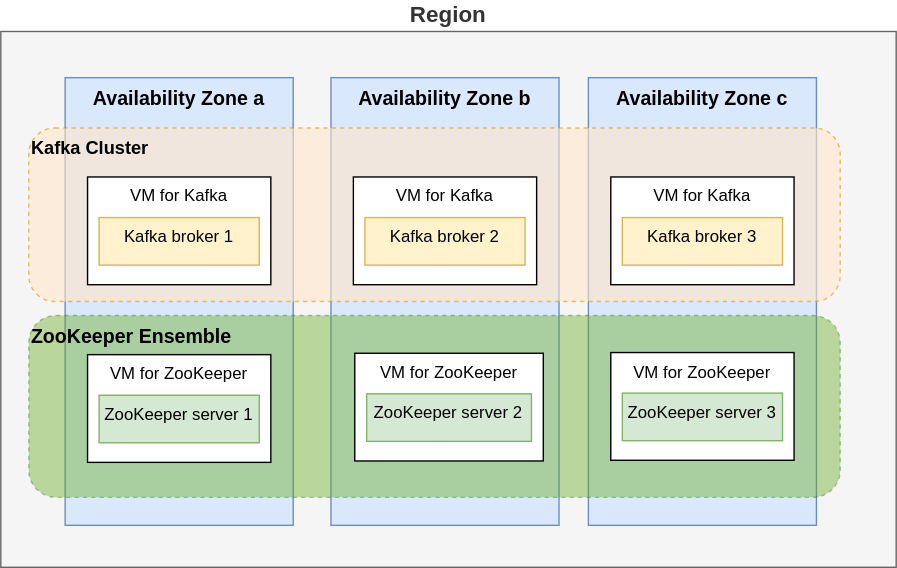
Above: diagrams/deploy-kafka-on-gcp.drawio.svg in paseaf/kafka-benchmarking (draw.io), before the change. Source tidied: cells renumbered, new cells last; positions are measured from the earlier drawing's top-left corner, leaving out a move shared by most shapes.
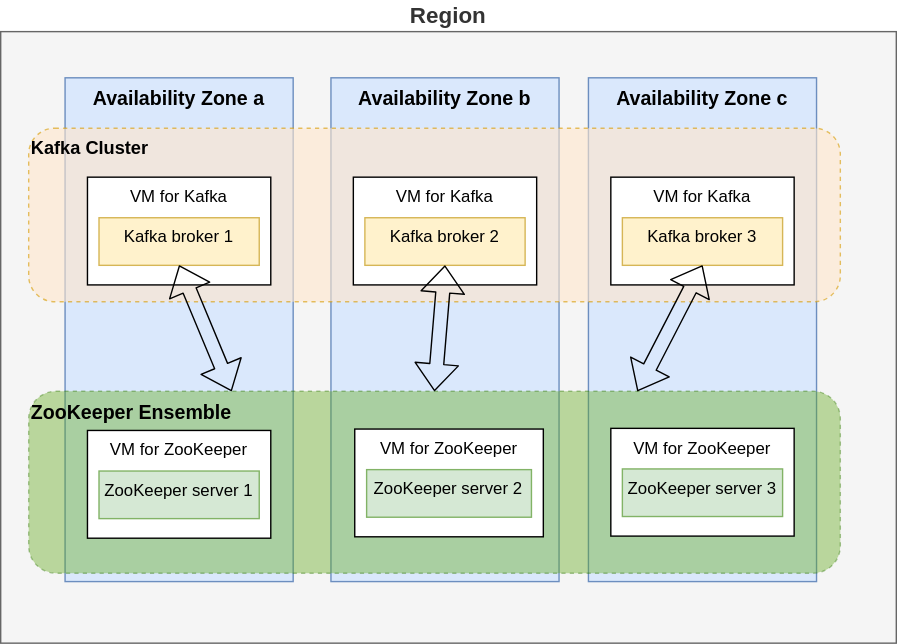
Later version of the same file.

Commit message:
add kafka deployment steps

Change to the diagram source:
```diff
@@ -3,19 +3,19 @@
     <mxCell id="0" />
     <mxCell id="1" parent="0" />
     <mxCell id="2" value="Region" style="rounded=0;whiteSpace=wrap;html=1;shadow=0;fillColor=#f5f5f5;strokeColor=#666666;verticalAlign=bottom;horizontal=1;spacing=2;spacingBottom=0;labelPosition=center;verticalLabelPosition=top;align=center;fontColor=#333333;fontSize=16;fontStyle=1;" parent="1" vertex="1">
-      <mxGeometry width="640" height="383" as="geometry" />
+      <mxGeometry width="640" height="437" as="geometry" />
     </mxCell>
     <mxCell id="3" value="Availability Zone a" style="rounded=0;whiteSpace=wrap;html=1;shadow=0;fillColor=#dae8fc;verticalAlign=top;strokeColor=#6c8ebf;fontSize=14;fontStyle=1;" parent="1" vertex="1">
-      <mxGeometry x="46" y="33" width="163" height="320" as="geometry" />
+      <mxGeometry x="46" y="33" width="163" height="360" as="geometry" />
     </mxCell>
     <mxCell id="4" value="Availability Zone b" style="rounded=0;whiteSpace=wrap;html=1;shadow=0;fillColor=#dae8fc;verticalAlign=top;strokeColor=#6c8ebf;fontSize=14;fontStyle=1;" parent="1" vertex="1">
-      <mxGeometry x="236" y="33" width="163" height="320" as="geometry" />
+      <mxGeometry x="236" y="33" width="163" height="360" as="geometry" />
     </mxCell>
     <mxCell id="5" value="Availability Zone c" style="rounded=0;whiteSpace=wrap;html=1;shadow=0;fillColor=#dae8fc;verticalAlign=top;strokeColor=#6c8ebf;fontSize=14;fontStyle=1;" parent="1" vertex="1">
-      <mxGeometry x="420" y="33" width="163" height="320" as="geometry" />
+      <mxGeometry x="420" y="33" width="163" height="360" as="geometry" />
     </mxCell>
     <mxCell id="6" value="&lt;font style=&quot;font-size: 14px&quot;&gt;ZooKeeper Ensemble&lt;/font&gt;" style="rounded=1;whiteSpace=wrap;html=1;verticalAlign=top;fillColor=#60a917;dashed=1;strokeColor=#2D7600;opacity=40;fontStyle=1;horizontal=1;align=left;" parent="1" vertex="1">
-      <mxGeometry x="20" y="203" width="580" height="130" as="geometry" />
+      <mxGeometry x="20" y="257" width="580" height="130" as="geometry" />
     </mxCell>
     <mxCell id="7" value="Kafka Cluster" style="rounded=1;whiteSpace=wrap;html=1;verticalAlign=top;fillColor=#ffe6cc;dashed=1;strokeColor=#d79b00;opacity=60;fontStyle=1;horizontal=1;fontSize=13;align=left;" parent="1" vertex="1">
       <mxGeometry x="20" y="69" width="580" height="124" as="geometry" />
@@ -48,7 +48,7 @@
       <mxGeometry x="8.2" y="29" width="114.5" height="34" as="geometry" />
     </mxCell>
     <mxCell id="17" style="group;" parent="1" vertex="1">
-      <mxGeometry x="62" y="231" width="131" height="77" as="geometry" />
+      <mxGeometry x="62" y="285" width="131" height="77" as="geometry" />
     </mxCell>
     <mxCell id="18" value="VM for ZooKeeper" style="rounded=0;whiteSpace=wrap;html=1;shadow=0;verticalAlign=top;" parent="17" vertex="1">
       <mxGeometry width="131" height="77" as="geometry" />
@@ -57,7 +57,7 @@
       <mxGeometry x="8.2" y="29" width="114.5" height="34" as="geometry" />
     </mxCell>
     <mxCell id="20" style="group;" parent="1" vertex="1">
-      <mxGeometry x="436" y="229.5" width="131" height="77" as="geometry" />
+      <mxGeometry x="436" y="283.5" width="131" height="77" as="geometry" />
     </mxCell>
     <mxCell id="21" value="VM for ZooKeeper" style="rounded=0;whiteSpace=wrap;html=1;shadow=0;verticalAlign=top;" parent="20" vertex="1">
       <mxGeometry width="131" height="77" as="geometry" />
@@ -66,7 +66,7 @@
       <mxGeometry x="8.2" y="29" width="114.5" height="34" as="geometry" />
     </mxCell>
     <mxCell id="23" style="group;" parent="1" vertex="1">
-      <mxGeometry x="253" y="230" width="134.8" height="77" as="geometry" />
+      <mxGeometry x="253" y="284" width="134.8" height="77" as="geometry" />
     </mxCell>
     <mxCell id="24" value="VM for ZooKeeper" style="rounded=0;whiteSpace=wrap;html=1;shadow=0;verticalAlign=top;" parent="23" vertex="1">
       <mxGeometry width="134.8" height="77" as="geometry" />
@@ -74,5 +74,14 @@
     <mxCell id="25" value="ZooKeeper server 2" style="rounded=0;whiteSpace=wrap;html=1;shadow=0;fillColor=#d5e8d4;verticalAlign=top;strokeColor=#82b366;" parent="23" vertex="1">
       <mxGeometry x="8.5" y="29" width="117.8" height="34" as="geometry" />
     </mxCell>
+    <mxCell id="26" style="edgeStyle=none;html=1;exitX=0.5;exitY=1;exitDx=0;exitDy=0;startArrow=block;strokeWidth=1;shape=flexArrow;endSize=6;entryX=0.25;entryY=0;entryDx=0;entryDy=0;" parent="1" edge="1" source="10" target="6">
+      <mxGeometry relative="1" as="geometry" />
+    </mxCell>
+    <mxCell id="27" style="edgeStyle=none;shape=flexArrow;html=1;exitX=0.5;exitY=1;exitDx=0;exitDy=0;startArrow=block;strokeColor=#000000;strokeWidth=1;entryX=0.5;entryY=0;entryDx=0;entryDy=0;" parent="1" edge="1" source="13" target="6">
+      <mxGeometry relative="1" as="geometry" />
+    </mxCell>
+    <mxCell id="28" style="edgeStyle=none;shape=flexArrow;html=1;exitX=0.5;exitY=1;exitDx=0;exitDy=0;startArrow=block;strokeColor=#000000;strokeWidth=1;entryX=0.75;entryY=0;entryDx=0;entryDy=0;" parent="1" edge="1" source="16" target="6">
+      <mxGeometry relative="1" as="geometry" />
+    </mxCell>
   </root>
 </mxGraphModel>
```
